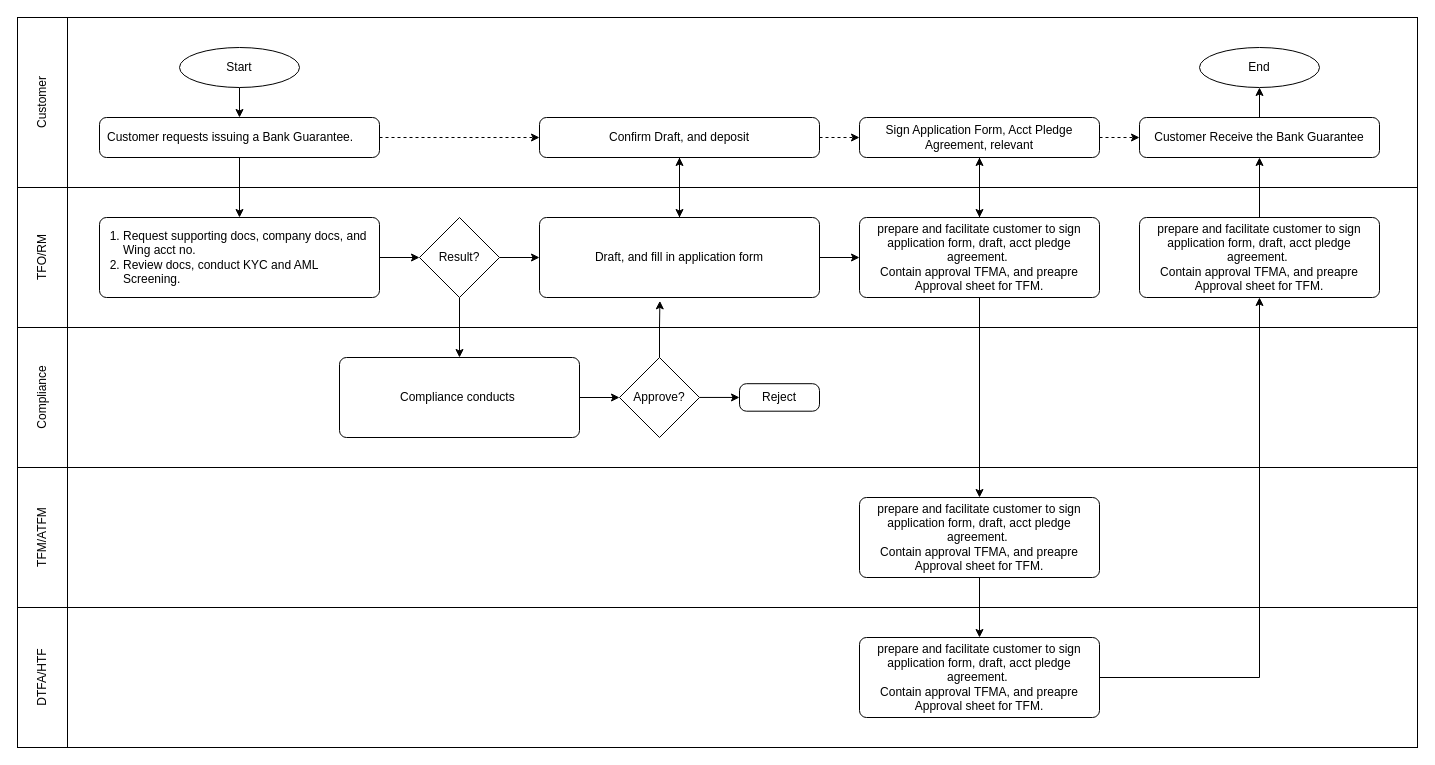
kirikroem/teched keeps this draw.io diagram as Untitled Diagram.drawio. Above is the earlier version. Source tidied: cells renumbered, new cells numbered last; positions are measured from the earlier drawing's top-left corner, leaving out a move shared by most shapes. Both pictures are drawn from the tidied source at 100%, with x=0, y=0 at pixel (17, 17).
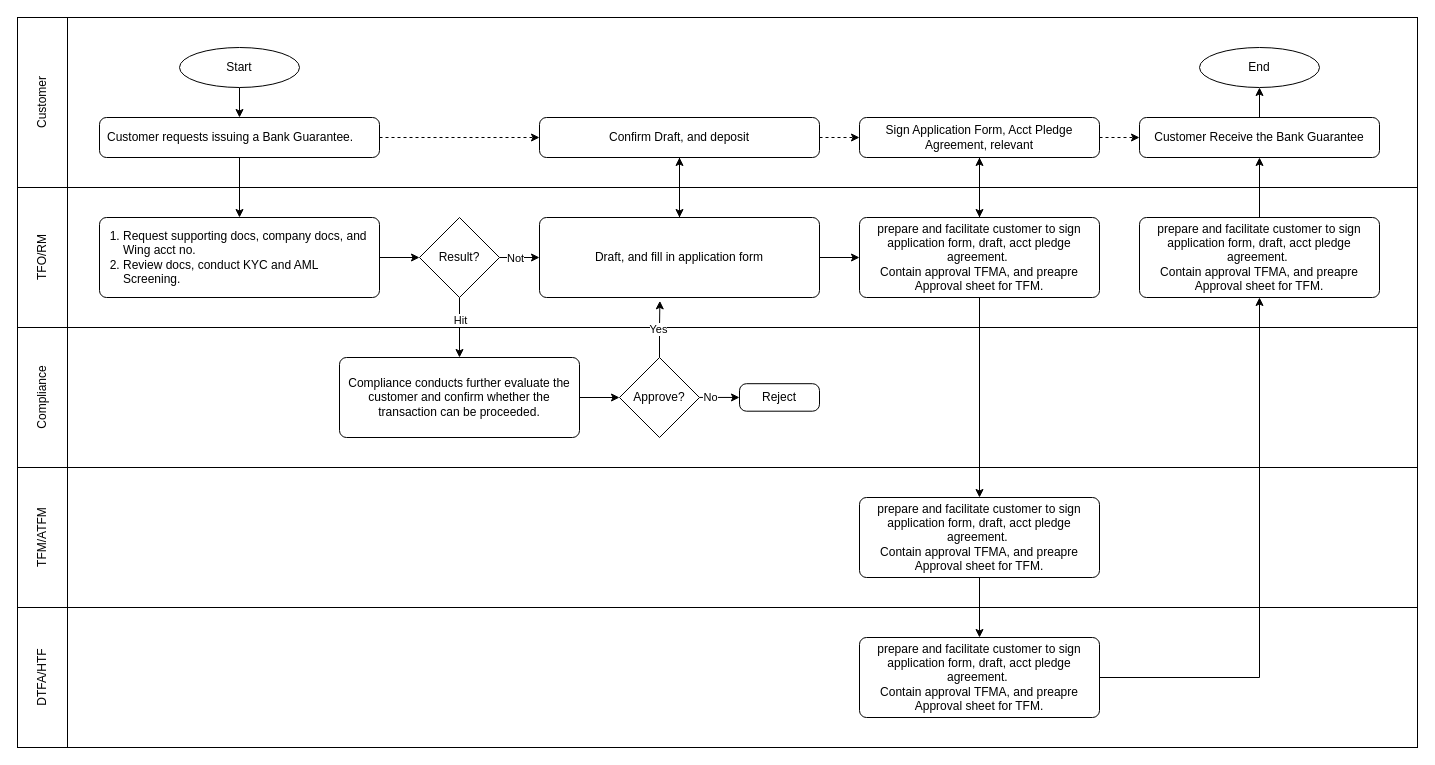
Above is the later version.

Unchanged cells that the change refers to:
```xml
<mxCell id="13" style="edgeStyle=orthogonalEdgeStyle;rounded=0;jettySize=auto;html=1;entryX=0.5;entryY=0;entryDx=0;entryDy=0;" parent="1" edge="1" source="15" target="20">
  <mxGeometry relative="1" as="geometry" />
</mxCell>
<mxCell id="14" style="edgeStyle=orthogonalEdgeStyle;rounded=0;jettySize=auto;html=1;entryX=0;entryY=0.5;entryDx=0;entryDy=0;" parent="1" edge="1" source="15" target="19">
  <mxGeometry relative="1" as="geometry" />
</mxCell>
<mxCell id="21" style="edgeStyle=orthogonalEdgeStyle;rounded=0;jettySize=auto;html=1;entryX=0;entryY=0.5;entryDx=0;entryDy=0;" parent="1" edge="1" source="22" target="16">
  <mxGeometry relative="1" as="geometry" />
</mxCell>
<mxCell id="23" style="edgeStyle=orthogonalEdgeStyle;rounded=0;jettySize=auto;html=1;entryX=0.43;entryY=1.042;entryDx=0;entryDy=0;entryPerimeter=0;" parent="1" edge="1" source="22" target="19">
  <mxGeometry relative="1" as="geometry" />
</mxCell>
```

What changed in the source:
```diff
@@
+    <mxCell id="49" value="Hit" style="edgeLabel;html=1;align=center;verticalAlign=middle;" parent="13" vertex="1">
+      <mxGeometry x="-0.28" relative="1" as="geometry" />
+    </mxCell>
@@
+    <mxCell id="50" value="Not" style="edgeLabel;html=1;align=center;verticalAlign=middle;" parent="14" vertex="1">
+      <mxGeometry x="-0.24" relative="1" as="geometry" />
+    </mxCell>
@@
-    <mxCell id="20" value="Compliance conducts&amp;nbsp;" style="rounded=1;whiteSpace=wrap;html=1;absoluteArcSize=1;arcSize=14;strokeWidth=1;" parent="1" vertex="1">
+    <mxCell id="20" value="Compliance conducts further evaluate the customer and confirm whether the transaction can be proceeded." style="rounded=1;whiteSpace=wrap;html=1;absoluteArcSize=1;arcSize=14;strokeWidth=1;" parent="1" vertex="1">
       <mxGeometry x="322" y="340" width="240" height="80" as="geometry" />
     </mxCell>
@@
+    <mxCell id="51" value="No" style="edgeLabel;html=1;align=center;verticalAlign=middle;" parent="21" vertex="1">
+      <mxGeometry x="-0.48" relative="1" as="geometry" />
+    </mxCell>
@@
+    <mxCell id="52" value="Yes" style="edgeLabel;html=1;align=center;verticalAlign=middle;" parent="23" vertex="1">
+      <mxGeometry x="-0.11" y="2" relative="1" as="geometry">
+        <mxPoint y="-4" as="offset" />
+      </mxGeometry>
+    </mxCell>
```
